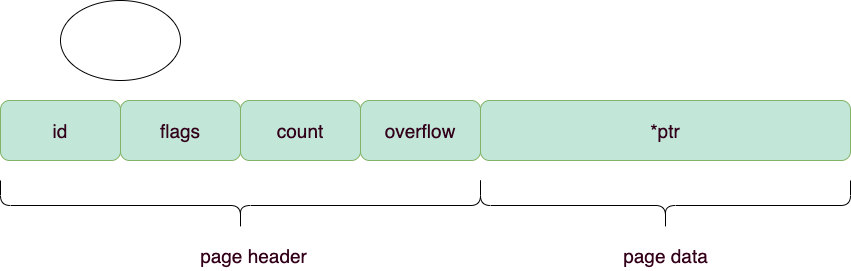
The draw.io diagram uPic/Untitled Diagram.drawio.png in hfdpx/fictional-sniffle, before a commit. Source tidied: cells renumbered, new cells last; positions are measured from the earlier drawing's top-left corner, leaving out a move shared by most shapes.
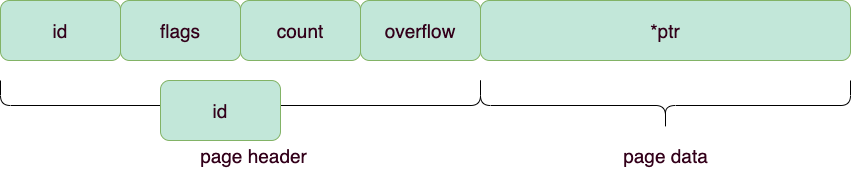
The same file after the commit.

Change to the diagram source:
```diff
@@ -29,8 +29,8 @@
     <mxCell id="10" value="page header" style="text;html=1;align=center;verticalAlign=middle;strokeColor=none;fillColor=none;fontSize=19;fontFamily=Helvetica;fontColor=#33001A;" parent="1" vertex="1">
       <mxGeometry x="193" y="240" width="120" height="30" as="geometry" />
     </mxCell>
-    <mxCell id="11" style="ellipse;whiteSpace=wrap;html=1;fontColor=#33001A;" parent="1" vertex="1">
-      <mxGeometry x="60" width="120" height="80" as="geometry" />
-    </mxCell>
+    <mxCell id="12" value="id" style="rounded=1;whiteSpace=wrap;html=1;strokeColor=#82b366;fillColor=#C2E7D9;fontFamily=Helvetica;fontSize=19;fontColor=#33001A;" parent="1" vertex="1">
+      <mxGeometry x="160" y="180" width="120" height="60" as="geometry" />
+    </mxCell>
   </root>
 </mxGraphModel>
```
